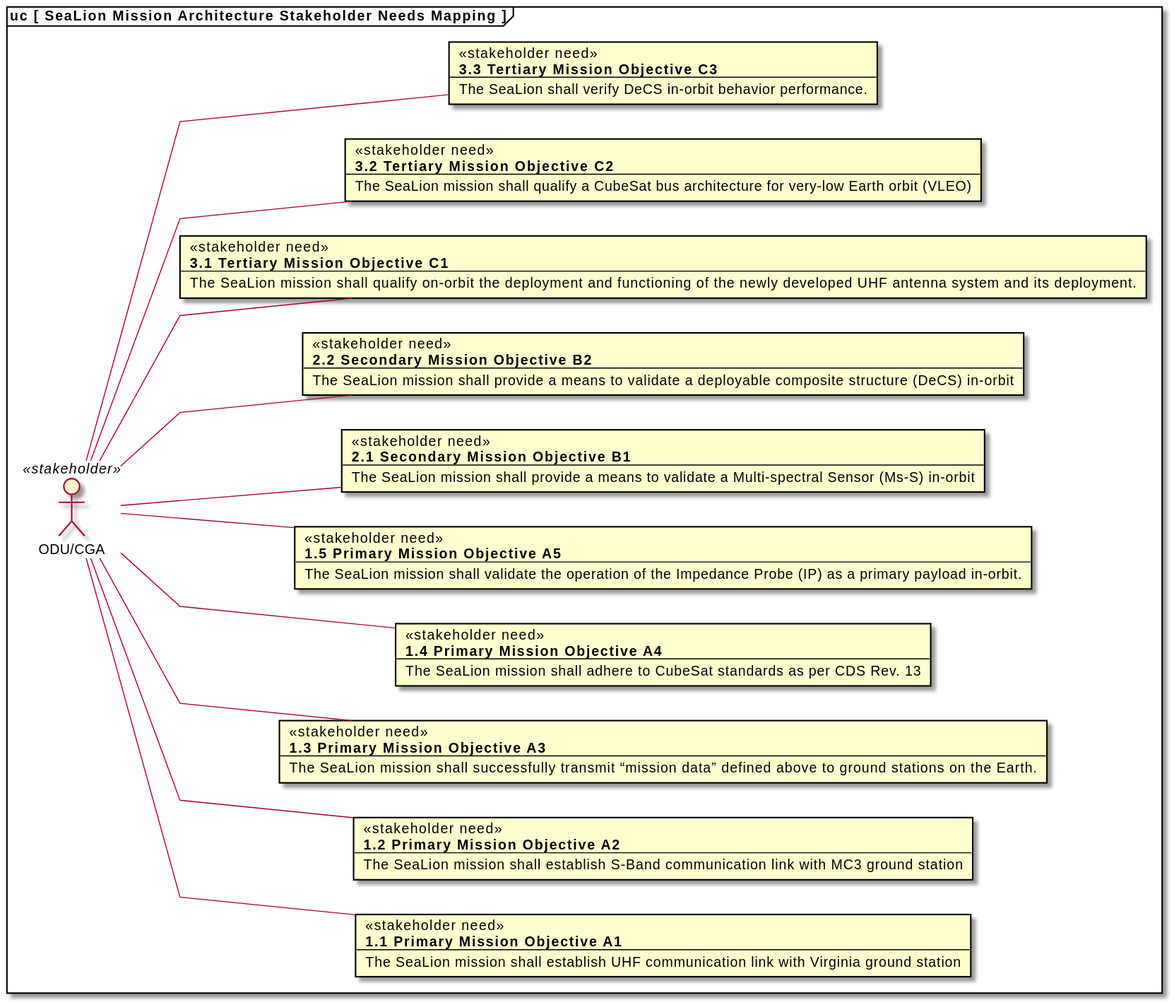
capsulecorplab/flight-software keeps this PlantUML diagram as stakeholder-needs-mapping.svg. Above is the earlier version. Its source is kept beside it as stakeholder-needs-mapping.puml. The source it was exported from:
```plantuml
@startuml
left to right direction
skinparam linetype polyline


frame "uc [ SeaLion Mission Architecture Stakeholder Needs Mapping ]" {

    actor "ODU/CGA" <<stakeholder>> as sh


        card sn1_1 [
            <<stakeholder need>>
            <b>1.1 Primary Mission Objective A1</b>
            --
            The SeaLion mission shall establish UHF communication link with Virginia ground station
        ]
        sh -- sn1_1

        card sn1_2 [
            <<stakeholder need>>
            <b>1.2 Primary Mission Objective A2</b>
            --
            The SeaLion mission shall establish S-Band communication link with MC3 ground station
        ]
        sh -- sn1_2

        card sn1_3 [
            <<stakeholder need>>
            <b>1.3 Primary Mission Objective A3</b>
            --
            The SeaLion mission shall successfully transmit “mission data” defined above to ground stations on the Earth.
        ]
        sh -- sn1_3

        card sn1_4 [
            <<stakeholder need>>
            <b>1.4 Primary Mission Objective A4</b>
            --
            The SeaLion mission shall adhere to CubeSat standards as per CDS Rev. 13
        ]
        sh -- sn1_4

        card sn1_5 [
            <<stakeholder need>>
            <b>1.5 Primary Mission Objective A5</b>
            --
            The SeaLion mission shall validate the operation of the Impedance Probe (IP) as a primary payload in-orbit.
        ]
        sh -- sn1_5

        card sn2_1 [
            <<stakeholder need>>
            <b>2.1 Secondary Mission Objective B1</b>
            --
            The SeaLion mission shall provide a means to validate a Multi-spectral Sensor (Ms-S) in-orbit
        ]
        sh -- sn2_1

        card sn2_2 [
            <<stakeholder need>>
            <b>2.2 Secondary Mission Objective B2</b>
            --
            The SeaLion mission shall provide a means to validate a deployable composite structure (DeCS) in-orbit
        ]
        sh -- sn2_2

        card sn3_1 [
            <<stakeholder need>>
            <b>3.1 Tertiary Mission Objective C1</b>
            --
            The SeaLion mission shall qualify on-orbit the deployment and functioning of the newly developed UHF antenna system and its deployment.
        ]
        sh -- sn3_1

        card sn3_2 [
            <<stakeholder need>>
            <b>3.2 Tertiary Mission Objective C2</b>
            --
            The SeaLion mission shall qualify a CubeSat bus architecture for very-low Earth orbit (VLEO)
        ]
        sh -- sn3_2

        card sn3_3 [
            <<stakeholder need>>
            <b>3.3 Tertiary Mission Objective C3</b>
            --
            The SeaLion shall verify DeCS in-orbit behavior performance.
        ]
        sh -- sn3_3


}
@enduml
```
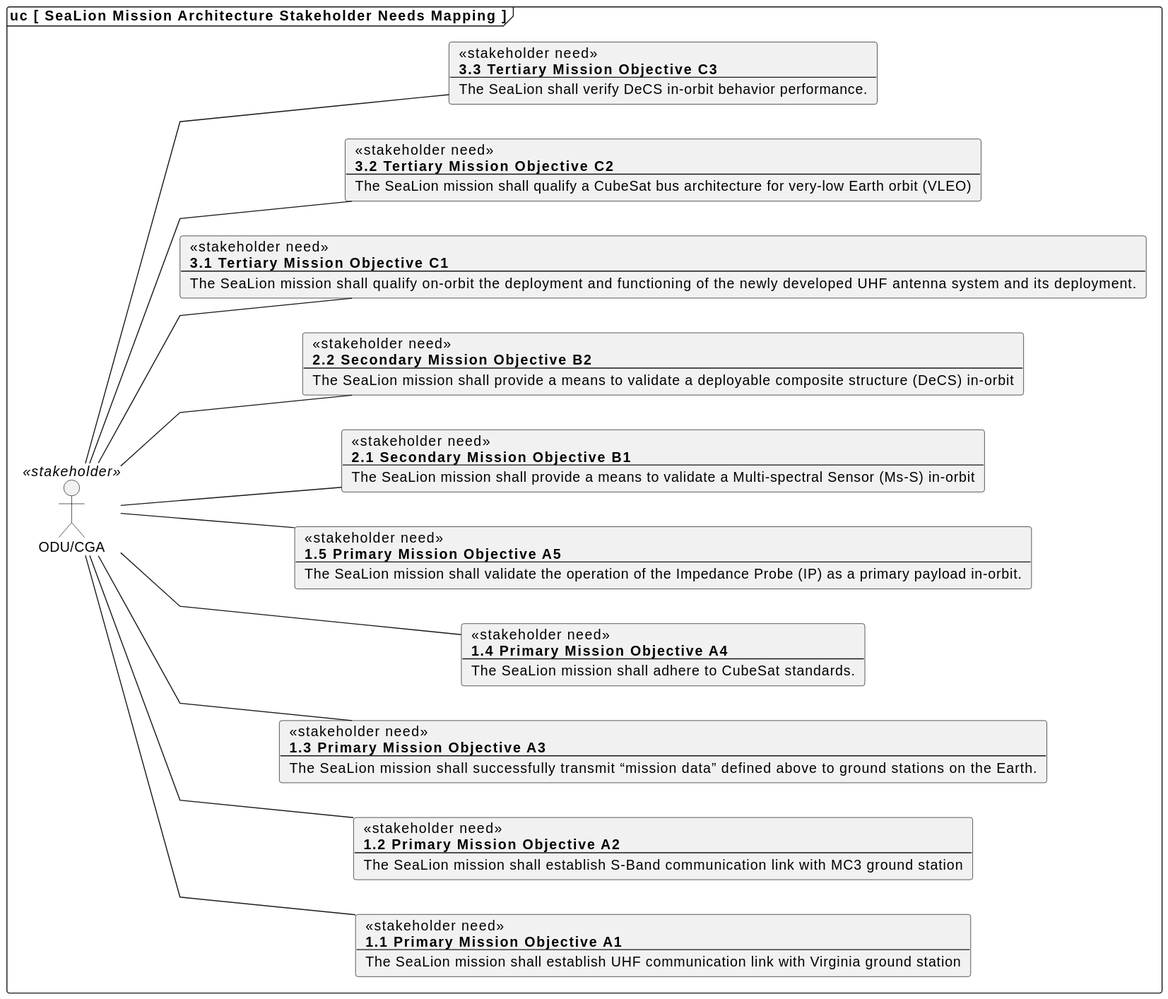
After the commit.

What changed in the source:
```diff
@@ -36,7 +36,7 @@
             <<stakeholder need>>
             <b>1.4 Primary Mission Objective A4</b>
             --
-            The SeaLion mission shall adhere to CubeSat standards as per CDS Rev. 13
+            The SeaLion mission shall adhere to CubeSat standards.
         ]
         sh -- sn1_4
 
```
